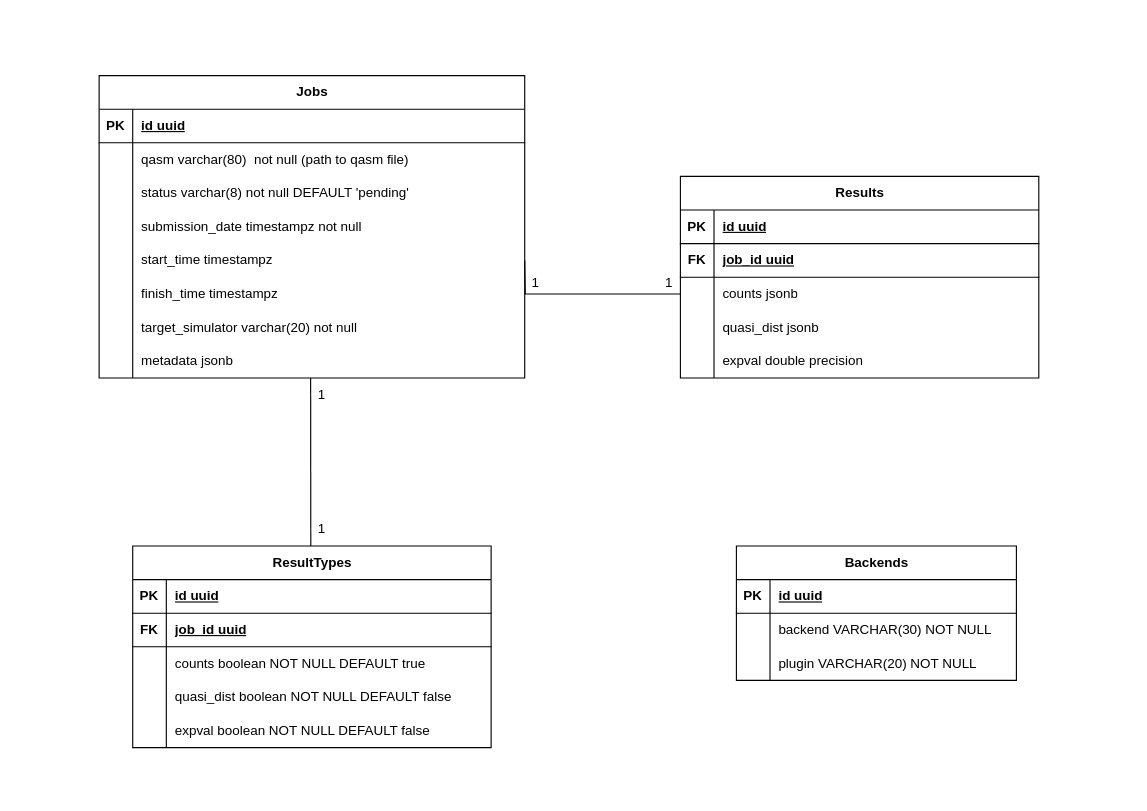
Before: assets/database.drawio in Dpbm/qserver, a draw.io diagram. Source tidied: cells renumbered, new cells numbered last; positions are measured from the earlier drawing's top-left corner, leaving out a move shared by most shapes. Both pictures are drawn from the tidied source at 112%, with x=0, y=0 at pixel (19, 19).
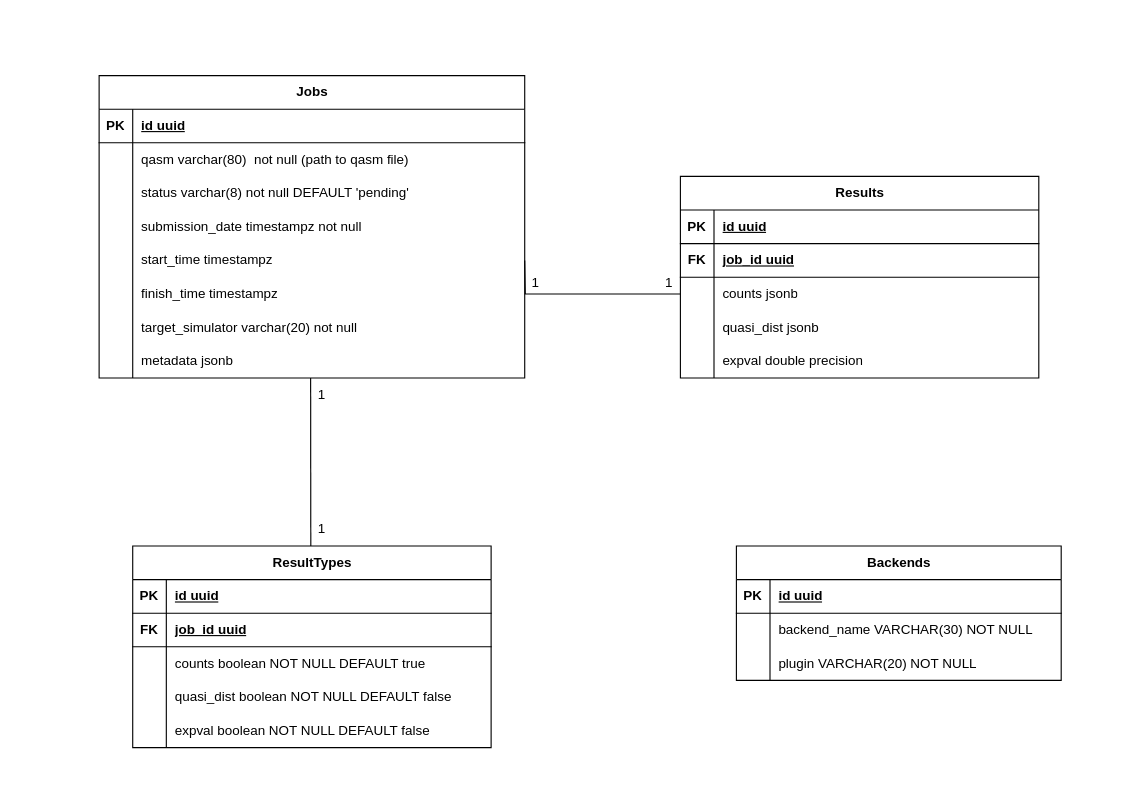
After the change.

What changed in the source:
```diff
@@
     <mxCell id="66" value="Backends" style="shape=table;startSize=30;childLayout=tableLayout;rowLines=0;fontStyle=1;align=center;html=1;" parent="1" vertex="1">
-      <mxGeometry x="640" y="470" width="250" height="120" as="geometry" />
+      <mxGeometry x="640" y="470" width="290" height="120" as="geometry" />
     </mxCell>
     <mxCell id="67" style="shape=tableRow;horizontal=0;startSize=0;swimlaneHead=0;swimlaneBody=0;fillColor=none;top=0;left=0;right=0;bottom=1;" parent="66" vertex="1">
-      <mxGeometry y="30" width="250" height="30" as="geometry" />
+      <mxGeometry y="30" width="290" height="30" as="geometry" />
     </mxCell>
@@
     <mxCell id="69" value="id uuid" style="shape=partialRectangle;fillColor=none;top=0;left=0;bottom=0;right=0;align=left;spacingLeft=6;fontStyle=5;overflow=hidden;whiteSpace=wrap;html=1;" parent="67" vertex="1">
-      <mxGeometry x="30" width="220" height="30" as="geometry" />
+      <mxGeometry x="30" width="260" height="30" as="geometry" />
     </mxCell>
     <mxCell id="70" style="shape=tableRow;horizontal=0;startSize=0;swimlaneHead=0;swimlaneBody=0;fillColor=none;top=0;left=0;right=0;bottom=0;" parent="66" vertex="1">
-      <mxGeometry y="60" width="250" height="30" as="geometry" />
+      <mxGeometry y="60" width="290" height="30" as="geometry" />
     </mxCell>
@@
-    <mxCell id="72" value="backend VARCHAR(30) NOT NULL" style="shape=partialRectangle;fillColor=none;top=0;left=0;bottom=0;right=0;align=left;spacingLeft=6;overflow=hidden;whiteSpace=wrap;html=1;" parent="70" vertex="1">
-      <mxGeometry x="30" width="220" height="30" as="geometry" />
+    <mxCell id="72" value="backend_name VARCHAR(30) NOT NULL" style="shape=partialRectangle;fillColor=none;top=0;left=0;bottom=0;right=0;align=left;spacingLeft=6;overflow=hidden;whiteSpace=wrap;html=1;" parent="70" vertex="1">
+      <mxGeometry x="30" width="260" height="30" as="geometry" />
     </mxCell>
     <mxCell id="73" style="shape=tableRow;horizontal=0;startSize=0;swimlaneHead=0;swimlaneBody=0;fillColor=none;top=0;left=0;right=0;bottom=0;" parent="66" vertex="1">
-      <mxGeometry y="90" width="250" height="30" as="geometry" />
+      <mxGeometry y="90" width="290" height="30" as="geometry" />
     </mxCell>
@@
     <mxCell id="75" value="plugin VARCHAR(20) NOT NULL" style="shape=partialRectangle;fillColor=none;top=0;left=0;bottom=0;right=0;align=left;spacingLeft=6;overflow=hidden;whiteSpace=wrap;html=1;" parent="73" vertex="1">
-      <mxGeometry x="30" width="220" height="30" as="geometry" />
+      <mxGeometry x="30" width="260" height="30" as="geometry" />
     </mxCell>
```
